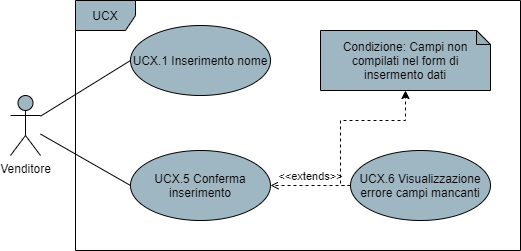
Omicron-Team/Documentazione keeps this draw.io diagram as DocumentazioneEsterna/AnalisiDeiRequisiti/res/UseCase/Immagini/InserimentoCategoria.png. Above is the earlier version. Source tidied: cells renumbered, new cells last; positions are measured from the earlier drawing's top-left corner, leaving out a move shared by most shapes.
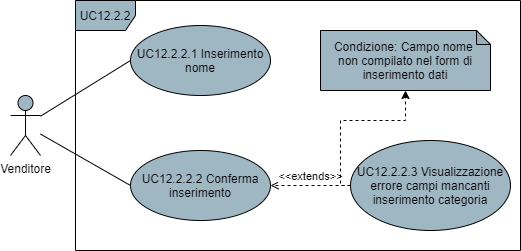
After the commit.

Diff of the diagram source:
```diff
@@ -11,22 +11,26 @@
     <mxCell id="4" value="Venditore" style="shape=umlActor;verticalLabelPosition=bottom;verticalAlign=top;html=1;fillColor=#9FB6C3;" parent="1" vertex="1">
       <mxGeometry y="95" width="30" height="60" as="geometry" />
     </mxCell>
-    <mxCell id="5" value="UCX" style="shape=umlFrame;whiteSpace=wrap;html=1;fillColor=#9FB6C3;" parent="1" vertex="1">
+    <mxCell id="5" value="UC12.2.2" style="shape=umlFrame;whiteSpace=wrap;html=1;fillColor=#9FB6C3;" parent="1" vertex="1">
       <mxGeometry x="65" width="445" height="250" as="geometry" />
     </mxCell>
-    <mxCell id="6" value="UCX.1 Inserimento nome" style="ellipse;whiteSpace=wrap;html=1;fillColor=#9FB6C3;" parent="1" vertex="1">
+    <mxCell id="6" value="UC12.2.2.1 Inserimento nome" style="ellipse;whiteSpace=wrap;html=1;fillColor=#9FB6C3;" parent="1" vertex="1">
       <mxGeometry x="120" y="25" width="140" height="70" as="geometry" />
     </mxCell>
-    <mxCell id="7" value="UCX.5 Conferma inserimento" style="ellipse;whiteSpace=wrap;html=1;fillColor=#9FB6C3;" parent="1" vertex="1">
+    <mxCell id="7" value="UC12.2.2.2 Conferma inserimento" style="ellipse;whiteSpace=wrap;html=1;fillColor=#9FB6C3;" parent="1" vertex="1">
       <mxGeometry x="120" y="150" width="140" height="70" as="geometry" />
     </mxCell>
     <mxCell id="8" value="&amp;lt;&amp;lt;extends&amp;gt;&amp;gt;" style="edgeStyle=orthogonalEdgeStyle;rounded=0;jettySize=auto;html=1;exitX=0;exitY=0.5;exitDx=0;exitDy=0;entryX=1;entryY=0.5;entryDx=0;entryDy=0;endArrow=open;endFill=0;dashed=1;verticalAlign=bottom;align=center;" parent="1" edge="1" source="9" target="7">
-      <mxGeometry relative="1" as="geometry" />
+      <mxGeometry relative="1" as="geometry">
+        <Array as="points">
+          <mxPoint x="340" y="185" />
+        </Array>
+      </mxGeometry>
     </mxCell>
-    <mxCell id="9" value="UCX.6 Visualizzazione errore campi mancanti" style="ellipse;whiteSpace=wrap;html=1;fillColor=#9FB6C3;" parent="1" vertex="1">
-      <mxGeometry x="340" y="150" width="140" height="70" as="geometry" />
+    <mxCell id="9" value="UC12.2.2.3 Visualizzazione errore campi mancanti inserimento categoria" style="ellipse;whiteSpace=wrap;html=1;fillColor=#9FB6C3;" parent="1" vertex="1">
+      <mxGeometry x="340" y="140" width="160" height="90" as="geometry" />
     </mxCell>
-    <mxCell id="10" value="Condizione: Campi non compilati&amp;nbsp;nel form di insermento dati" style="shape=note;whiteSpace=wrap;html=1;backgroundOutline=1;darkOpacity=0.05;size=14;fillColor=#9FB6C3;" parent="1" vertex="1">
+    <mxCell id="10" value="Condizione: Campo nome &lt;br&gt;non compilato nel form di inserimento dati" style="shape=note;whiteSpace=wrap;html=1;backgroundOutline=1;darkOpacity=0.05;size=14;fillColor=#9FB6C3;" parent="1" vertex="1">
       <mxGeometry x="310" y="30" width="170" height="60" as="geometry" />
     </mxCell>
     <mxCell id="11" style="endArrow=classic;html=1;dashed=1;align=center;entryX=0.5;entryY=1;entryDx=0;entryDy=0;entryPerimeter=0;exitX=0;exitY=0.5;exitDx=0;exitDy=0;edgeStyle=orthogonalEdgeStyle;rounded=0;" parent="1" edge="1" source="9" target="10">
```
